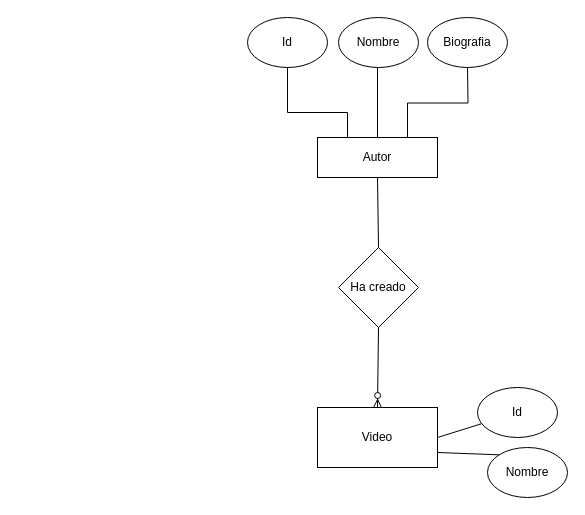
Earlier version of the draw.io diagram LemonCode_Modelado_relacional.drawio (leonardocasimiro/BootcampBackend_III_Relacional_Modulo1Modelado). Source tidied: cells renumbered, new cells numbered last; positions are measured from the earlier drawing's top-left corner, leaving out a move shared by most shapes. Both pictures are drawn from the tidied source at 100%, with x=0, y=0 at pixel (247, 17).
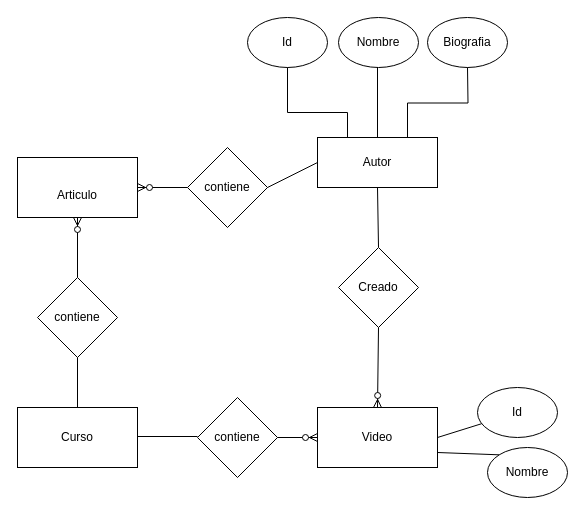
The same diagram, later.

The change refers to these unchanged cells:
```xml
<mxCell id="11" value="Video" style="rounded=0;whiteSpace=wrap;html=1;" parent="1" vertex="1">
  <mxGeometry x="70" y="390" width="120" height="60" as="geometry" />
</mxCell>
```

What changed in the source:
```diff
@@
     <mxCell id="3" value="Autor&lt;br&gt;" style="rounded=0;whiteSpace=wrap;html=1;" parent="1" vertex="1">
-      <mxGeometry x="70" y="120" width="120" height="40" as="geometry" />
+      <mxGeometry x="70" y="120" width="120" height="50" as="geometry" />
     </mxCell>
@@
-    <mxCell id="10" value="Ha creado" style="rhombus;whiteSpace=wrap;html=1;" parent="1" vertex="1">
+    <mxCell id="10" value="Creado" style="rhombus;whiteSpace=wrap;html=1;" parent="1" vertex="1">
       <mxGeometry x="91" y="230" width="80" height="80" as="geometry" />
     </mxCell>
@@
+    <mxCell id="17" value="Curso" style="rounded=0;whiteSpace=wrap;html=1;" parent="1" vertex="1">
+      <mxGeometry x="-230" y="390" width="120" height="60" as="geometry" />
+    </mxCell>
+    <mxCell id="18" style="edgeStyle=none;rounded=0;jettySize=auto;html=1;" parent="1" edge="1" source="19">
+      <mxGeometry relative="1" as="geometry">
+        <mxPoint x="-50" y="420" as="targetPoint" />
+      </mxGeometry>
+    </mxCell>
+    <mxCell id="19" value="contiene" style="rhombus;whiteSpace=wrap;html=1;" parent="1" vertex="1">
+      <mxGeometry x="-50" y="380" width="80" height="80" as="geometry" />
+    </mxCell>
+    <mxCell id="20" style="rounded=0;orthogonalLoop=1;jettySize=auto;html=1;exitX=1;exitY=0.5;exitDx=0;exitDy=0;entryX=0;entryY=0.5;entryDx=0;entryDy=0;endArrow=none;endFill=0;" parent="1" edge="1">
+      <mxGeometry relative="1" as="geometry">
+        <mxPoint x="-110" y="419" as="sourcePoint" />
+        <mxPoint x="-50" y="419" as="targetPoint" />
+      </mxGeometry>
+    </mxCell>
+    <mxCell id="21" style="fontSize=12;html=1;endArrow=ERzeroToMany;endFill=1;rounded=0;exitX=1;exitY=0.5;exitDx=0;exitDy=0;entryX=0;entryY=0.5;entryDx=0;entryDy=0;" parent="1" edge="1" source="19" target="11">
+      <mxGeometry relative="1" as="geometry" />
+    </mxCell>
+    <mxCell id="22" value="&lt;br&gt;Articulo" style="rounded=0;whiteSpace=wrap;html=1;" parent="1" vertex="1">
+      <mxGeometry x="-230" y="140" width="120" height="60" as="geometry" />
+    </mxCell>
+    <mxCell id="23" value="contiene" style="rhombus;whiteSpace=wrap;html=1;" parent="1" vertex="1">
+      <mxGeometry x="-210" y="260" width="80" height="80" as="geometry" />
+    </mxCell>
+    <mxCell id="24" style="rounded=0;jettySize=auto;html=1;exitX=0.5;exitY=1;exitDx=0;exitDy=0;entryX=0.5;entryY=0;entryDx=0;entryDy=0;endArrow=none;endFill=0;" parent="1" edge="1" source="23" target="17">
+      <mxGeometry relative="1" as="geometry" />
+    </mxCell>
+    <mxCell id="25" style="fontSize=12;html=1;endArrow=ERzeroToMany;endFill=1;rounded=0;exitX=0.5;exitY=0;exitDx=0;exitDy=0;entryX=0.5;entryY=1;entryDx=0;entryDy=0;" parent="1" edge="1" source="23" target="22">
+      <mxGeometry relative="1" as="geometry" />
+    </mxCell>
+    <mxCell id="26" value="contiene" style="rhombus;whiteSpace=wrap;html=1;" parent="1" vertex="1">
+      <mxGeometry x="-60" y="130" width="80" height="80" as="geometry" />
+    </mxCell>
+    <mxCell id="27" style="fontSize=12;html=1;endArrow=ERzeroToMany;endFill=1;rounded=0;exitX=0;exitY=0.5;exitDx=0;exitDy=0;entryX=1;entryY=0.5;entryDx=0;entryDy=0;" parent="1" edge="1" source="26" target="22">
+      <mxGeometry relative="1" as="geometry" />
+    </mxCell>
+    <mxCell id="28" style="rounded=0;jettySize=auto;html=1;exitX=1;exitY=0.5;exitDx=0;exitDy=0;entryX=0;entryY=0.5;entryDx=0;entryDy=0;endArrow=none;endFill=0;" parent="1" edge="1" source="26" target="3">
+      <mxGeometry relative="1" as="geometry" />
+    </mxCell>
```
